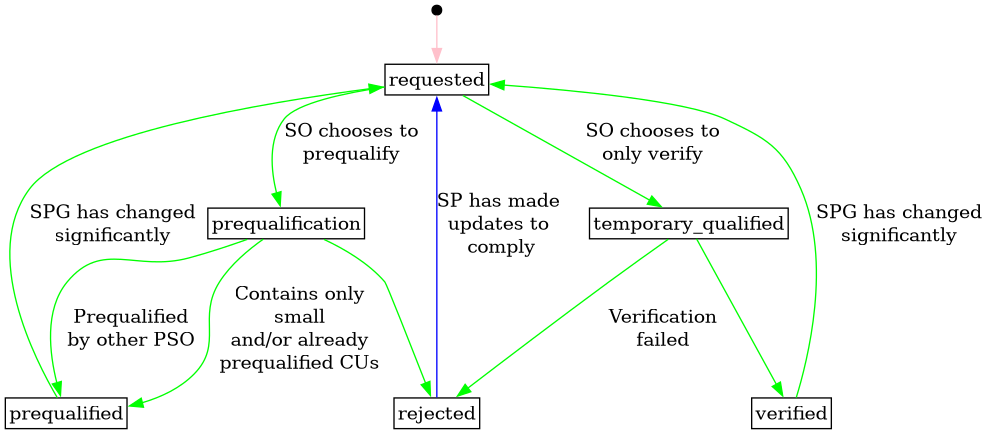
This is docs/diagrams/service_providing_group_product_application_status.png from elhub/flex-information-system, a PlantUML export, as it was before one commit. Its source is kept beside it as docs/diagrams/service_providing_group_product_application_status.plantuml.
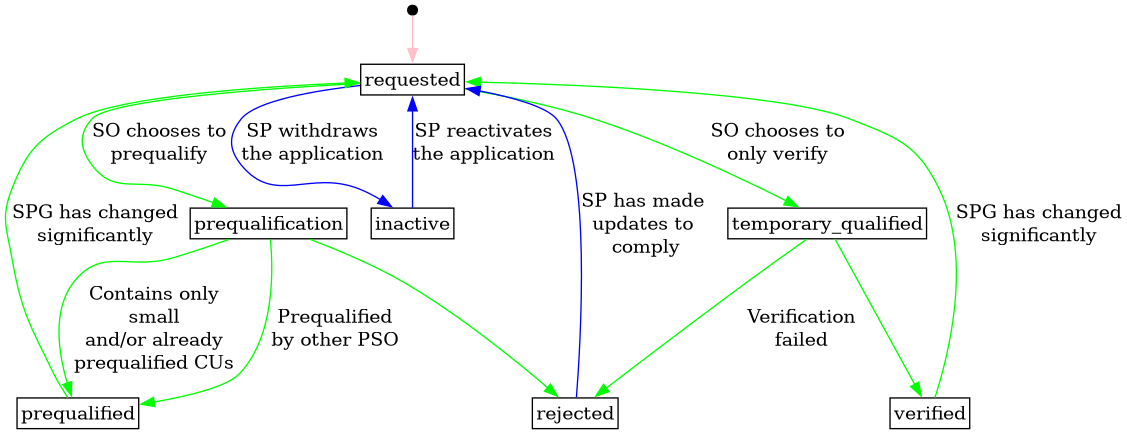
Above is the later version.

Change to the diagram source:
```diff
@@ -20,6 +20,7 @@
         prequalified;
         rejected;
     }
+    inactive;
 
 
     start -> requested [label="", color="pink"];
@@ -36,5 +37,8 @@
     prequalified -> requested [label="SPG has changed\nsignificantly", color="green"];
     verified -> requested [label="SPG has changed\nsignificantly", color="green"];
     rejected -> requested [label="SP has made \nupdates to \ncomply", color="blue"];
+
+    requested -> inactive [label="SP withdraws\nthe application", color="blue"];
+    inactive -> requested [label="SP reactivates\nthe application", color="blue"];
 }
 @enddot
```
